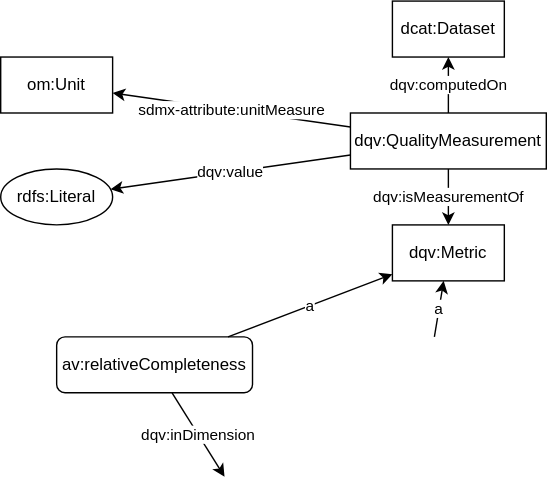
Before: qualityMeasurementGraph.svg, a diagram exported from draw.io (fusion-jena/abecto-vocabulary). Source tidied: cells renumbered, new cells last; positions are measured from the earlier drawing's top-left corner, leaving out a move shared by most shapes.
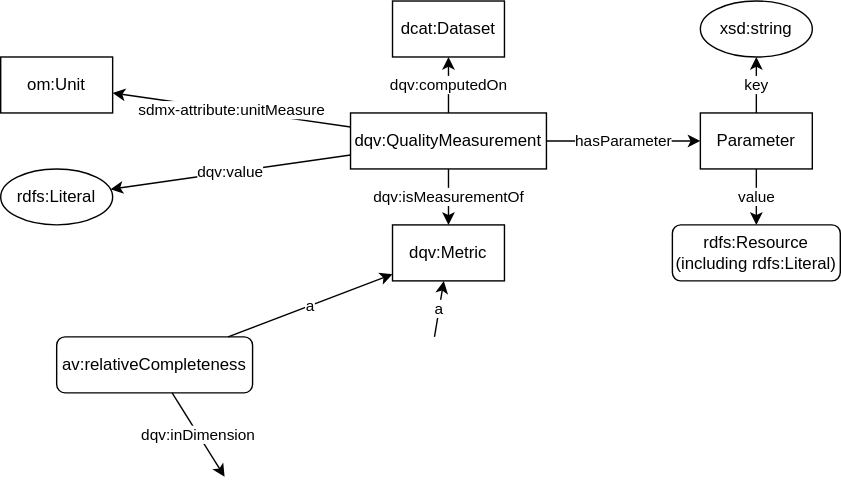
Later version of the same file.

Change to the diagram source:
```diff
@@ -45,5 +45,23 @@
         <mxPoint x="310" y="240" as="sourcePoint" />
       </mxGeometry>
     </mxCell>
+    <mxCell id="15" value="hasParameter" style="edgeStyle=none;rounded=0;jettySize=auto;html=1;" parent="1" edge="1" source="5" target="18">
+      <mxGeometry relative="1" as="geometry" />
+    </mxCell>
+    <mxCell id="16" value="key" style="edgeStyle=none;rounded=0;jettySize=auto;html=1;" parent="1" edge="1" source="18" target="19">
+      <mxGeometry relative="1" as="geometry" />
+    </mxCell>
+    <mxCell id="17" value="value" style="edgeStyle=none;rounded=0;jettySize=auto;html=1;" parent="1" edge="1" source="18" target="20">
+      <mxGeometry relative="1" as="geometry" />
+    </mxCell>
+    <mxCell id="18" value="Parameter" style="whiteSpace=wrap;html=1;" parent="1" vertex="1">
+      <mxGeometry x="500" y="80" width="80" height="40" as="geometry" />
+    </mxCell>
+    <mxCell id="19" value="xsd:string" style="ellipse;whiteSpace=wrap;html=1;" parent="1" vertex="1">
+      <mxGeometry x="500" width="80" height="40" as="geometry" />
+    </mxCell>
+    <mxCell id="20" value="rdfs:Resource (including rdfs:Literal)" style="whiteSpace=wrap;html=1;rounded=1;" parent="1" vertex="1">
+      <mxGeometry x="480" y="160" width="120" height="40" as="geometry" />
+    </mxCell>
   </root>
 </mxGraphModel>
```
